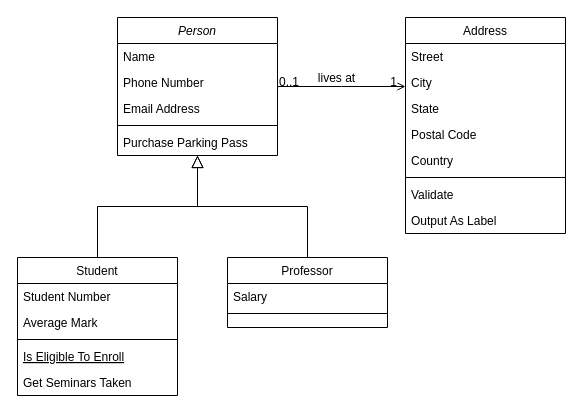
The draw.io diagram DiagramaClasse/DiagramaClasses.drawio in Regiane-Rodrigues/SistemaLojaConveniencia, before the edit. Source tidied: cells renumbered, new cells numbered last; positions are measured from the earlier drawing's top-left corner, leaving out a move shared by most shapes. Both pictures are drawn from the tidied source at 100%, with x=0, y=0 at pixel (17, 17).
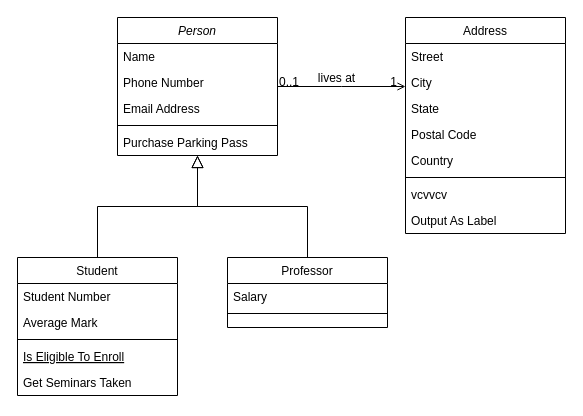
Above is the later version.

The change refers to these unchanged cells:
```xml
<mxCell id="19" value="Address" style="swimlane;fontStyle=0;align=center;verticalAlign=top;horizontal=1;startSize=26;rounded=0;shadow=0;strokeWidth=1;" parent="1" vertex="1">
  <mxGeometry x="388" width="160" height="216" as="geometry" />
</mxCell>
```

Diff of the diagram source:
```diff
@@
-    <mxCell id="26" value="Validate" style="text;align=left;verticalAlign=top;spacingLeft=4;spacingRight=4;overflow=hidden;" parent="19" vertex="1">
+    <mxCell id="26" value="vcvvcv&#10;" style="text;align=left;verticalAlign=top;spacingLeft=4;spacingRight=4;overflow=hidden;" parent="19" vertex="1">
       <mxGeometry y="164" width="160" height="26" as="geometry" />
     </mxCell>
```
